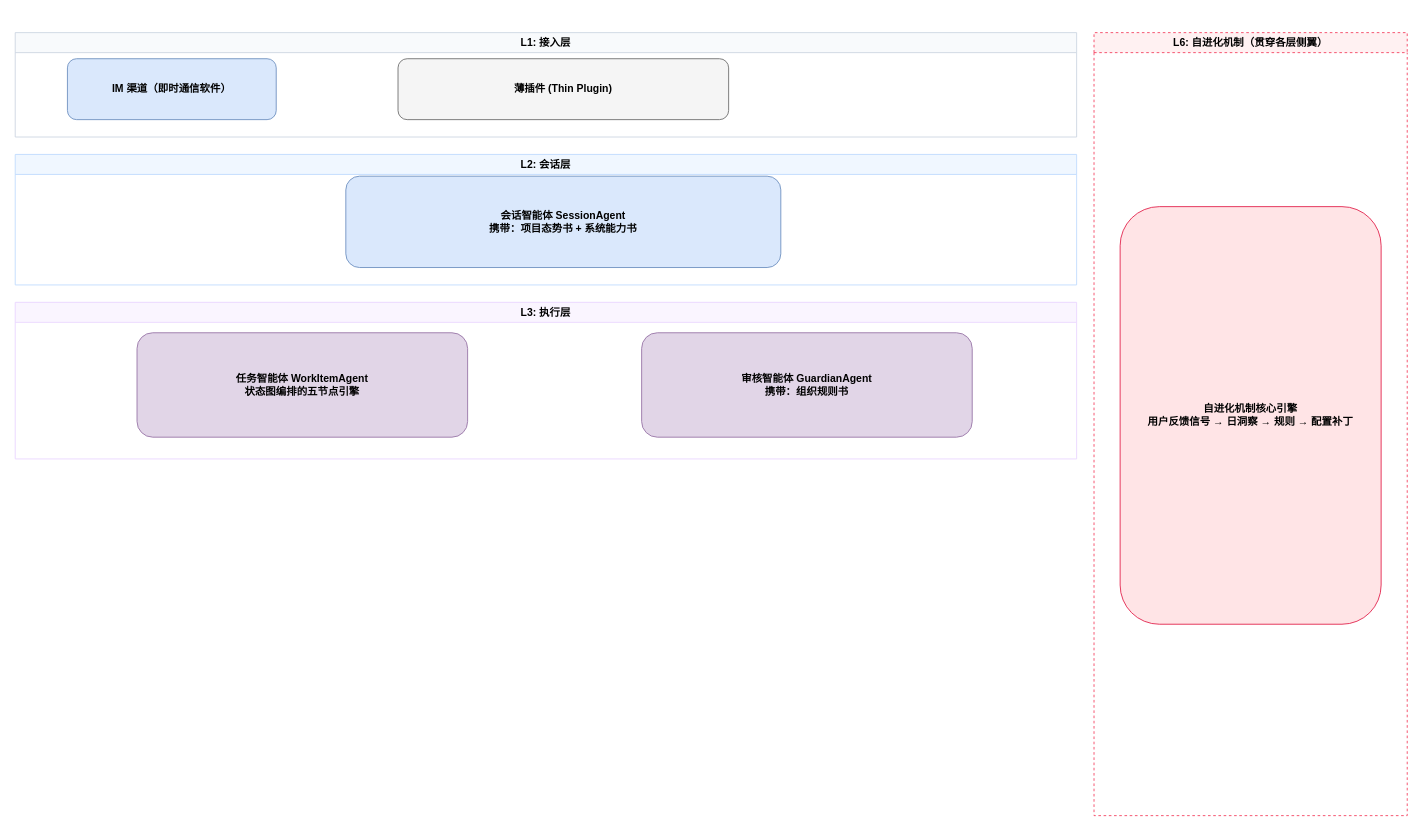
Above: docs/论文类/附图类/图 4-1 系统总体架构图.drawio in Ellyshome/Emily (draw.io), before the change. Source tidied: cells renumbered, new cells numbered last; positions are measured from the earlier drawing's top-left corner, leaving out a move shared by most shapes. Both pictures are drawn from the tidied source at 87%, with x=0, y=0 at pixel (15, 32).
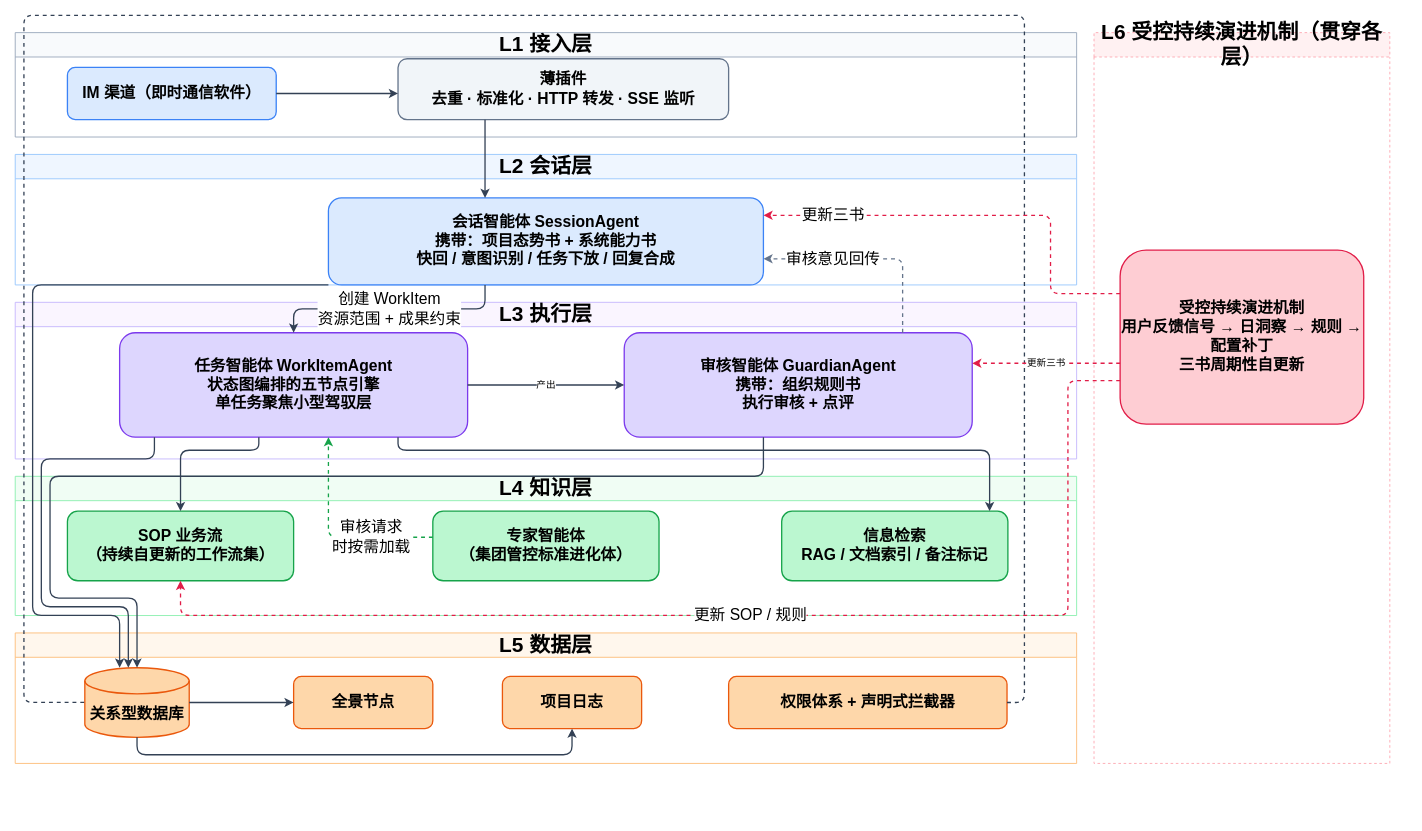
The same diagram, later.

The edit, as a diff of the source:
```diff
@@
-    <mxCell id="2" value="L1: 接入层" style="swimlane;whiteSpace=wrap;html=1;fillColor=#f8fafc;strokeColor=#cbd5e1;fontStyle=1;" parent="1" vertex="1">
+    <mxCell id="2" value="&lt;font style=&quot;font-size: 24px;&quot;&gt;L1 接入层&lt;/font&gt;" style="swimlane;whiteSpace=wrap;html=1;fillColor=#f8fafc;strokeColor=#94a3b8;fontStyle=1;startSize=28;" parent="1" vertex="1">
       <mxGeometry width="1220" height="120" as="geometry" />
     </mxCell>
-    <mxCell id="3" value="IM 渠道（即时通信软件）" style="rounded=1;whiteSpace=wrap;html=1;fillColor=#dae8fc;strokeColor=#6c8ebf;fontStyle=1;" parent="2" vertex="1">
-      <mxGeometry x="60" y="30" width="240" height="70" as="geometry" />
+    <mxCell id="3" value="&lt;font style=&quot;font-size: 18px;&quot;&gt;IM 渠道（即时通信软件）&lt;/font&gt;" style="rounded=1;whiteSpace=wrap;html=1;fillColor=#dbeafe;strokeColor=#3b82f6;fontStyle=1;strokeWidth=1.5;" parent="2" vertex="1">
+      <mxGeometry x="60" y="40" width="240" height="60" as="geometry" />
     </mxCell>
-    <mxCell id="4" value="薄插件 (Thin Plugin)" style="rounded=1;whiteSpace=wrap;html=1;fillColor=#f5f5f5;strokeColor=#6c6c6c;fontStyle=1;" parent="2" vertex="1">
+    <mxCell id="4" value="&lt;font style=&quot;font-size: 18px;&quot;&gt;薄插件&lt;br&gt;去重 · 标准化 · HTTP 转发 · SSE 监听&lt;/font&gt;" style="rounded=1;whiteSpace=wrap;html=1;fillColor=#f1f5f9;strokeColor=#64748b;fontStyle=1;strokeWidth=1.5;" parent="2" vertex="1">
       <mxGeometry x="440" y="30" width="380" height="70" as="geometry" />
     </mxCell>
-    <mxCell id="5" value="L2: 会话层" style="swimlane;whiteSpace=wrap;html=1;fillColor=#f0f7ff;strokeColor=#bfdbfe;fontStyle=1;" parent="1" vertex="1">
+    <mxCell id="5" value="&lt;font style=&quot;font-size: 24px;&quot;&gt;L2 会话层&lt;/font&gt;" style="swimlane;whiteSpace=wrap;html=1;fillColor=#eff6ff;strokeColor=#93c5fd;fontStyle=1;startSize=28;" parent="1" vertex="1">
       <mxGeometry y="140" width="1220" height="150" as="geometry" />
     </mxCell>
-    <mxCell id="6" value="会话智能体 SessionAgent&#10;携带：项目态势书 + 系统能力书" style="rounded=1;whiteSpace=wrap;html=1;fillColor=#dae8fc;strokeColor=#6c8ebf;fontStyle=1;" parent="5" vertex="1">
-      <mxGeometry x="380" y="25" width="500" height="105" as="geometry" />
+    <mxCell id="6" value="&lt;font style=&quot;font-size: 18px;&quot;&gt;会话智能体 SessionAgent&lt;br&gt;携带：项目态势书 + 系统能力书&lt;br&gt;快回 / 意图识别 / 任务下放 / 回复合成&lt;/font&gt;" style="rounded=1;whiteSpace=wrap;html=1;fillColor=#dbeafe;strokeColor=#3b82f6;fontStyle=1;strokeWidth=1.5;" parent="5" vertex="1">
+      <mxGeometry x="360" y="50" width="500" height="100" as="geometry" />
     </mxCell>
-    <mxCell id="7" value="L3: 执行层" style="swimlane;whiteSpace=wrap;html=1;fillColor=#faf5ff;strokeColor=#e9d5ff;fontStyle=1;" parent="1" vertex="1">
+    <mxCell id="7" value="&lt;font style=&quot;font-size: 24px;&quot;&gt;L3 执行层&lt;/font&gt;" style="swimlane;whiteSpace=wrap;html=1;fillColor=#faf5ff;strokeColor=#c4b5fd;fontStyle=1;startSize=28;" parent="1" vertex="1">
       <mxGeometry y="310" width="1220" height="180" as="geometry" />
     </mxCell>
-    <mxCell id="8" value="任务智能体 WorkItemAgent&#10;状态图编排的五节点引擎" style="rounded=1;whiteSpace=wrap;html=1;fillColor=#e1d5e7;strokeColor=#9673a6;fontStyle=1;" parent="7" vertex="1">
-      <mxGeometry x="140" y="35" width="380" height="120" as="geometry" />
+    <mxCell id="8" value="&lt;font style=&quot;font-size: 18px;&quot;&gt;任务智能体 WorkItemAgent&lt;br&gt;状态图编排的五节点引擎&lt;br&gt;单任务聚焦小型驾驭层&lt;/font&gt;" style="rounded=1;whiteSpace=wrap;html=1;fillColor=#ddd6fe;strokeColor=#7c3aed;fontStyle=1;strokeWidth=1.5;" parent="7" vertex="1">
+      <mxGeometry x="120" y="35" width="400" height="120" as="geometry" />
     </mxCell>
-    <mxCell id="9" value="审核智能体 GuardianAgent&#10;携带：组织规则书" style="rounded=1;whiteSpace=wrap;html=1;fillColor=#e1d5e7;strokeColor=#9673a6;fontStyle=1;" parent="7" vertex="1">
-      <mxGeometry x="720" y="35" width="380" height="120" as="geometry" />
+    <mxCell id="9" value="&lt;font style=&quot;font-size: 18px;&quot;&gt;审核智能体 GuardianAgent&lt;br&gt;携带：组织规则书&lt;br&gt;执行审核 + 点评&lt;/font&gt;" style="rounded=1;whiteSpace=wrap;html=1;fillColor=#ddd6fe;strokeColor=#7c3aed;fontStyle=1;strokeWidth=1.5;" parent="7" vertex="1">
+      <mxGeometry x="700" y="35" width="400" height="120" as="geometry" />
     </mxCell>
+    <mxCell id="12" value="&lt;font style=&quot;font-size: 24px;&quot;&gt;L4 知识层&lt;/font&gt;" style="swimlane;whiteSpace=wrap;html=1;fillColor=#f0fdf4;strokeColor=#86efac;fontStyle=1;startSize=28;" parent="1" vertex="1">
+      <mxGeometry y="510" width="1220" height="160" as="geometry" />
+    </mxCell>
+    <mxCell id="13" value="&lt;font style=&quot;font-size: 18px;&quot;&gt;SOP 业务流&lt;br&gt;（持续自更新的工作流集）&lt;/font&gt;" style="rounded=1;whiteSpace=wrap;html=1;fillColor=#bbf7d0;strokeColor=#16a34a;fontStyle=1;strokeWidth=1.5;" parent="12" vertex="1">
+      <mxGeometry x="60" y="40" width="260" height="80" as="geometry" />
+    </mxCell>
+    <mxCell id="14" value="&lt;font style=&quot;font-size: 18px;&quot;&gt;专家智能体&lt;br&gt;（集团管控标准进化体）&lt;/font&gt;" style="rounded=1;whiteSpace=wrap;html=1;fillColor=#bbf7d0;strokeColor=#16a34a;fontStyle=1;strokeWidth=1.5;" parent="12" vertex="1">
+      <mxGeometry x="480" y="40" width="260" height="80" as="geometry" />
+    </mxCell>
+    <mxCell id="15" value="&lt;font style=&quot;font-size: 18px;&quot;&gt;信息检索&lt;br&gt;RAG / 文档索引 / 备注标记&lt;/font&gt;" style="rounded=1;whiteSpace=wrap;html=1;fillColor=#bbf7d0;strokeColor=#16a34a;fontStyle=1;strokeWidth=1.5;" parent="12" vertex="1">
+      <mxGeometry x="881" y="40" width="260" height="80" as="geometry" />
+    </mxCell>
+    <mxCell id="16" value="&lt;font style=&quot;font-size: 24px;&quot;&gt;L5 数据层&lt;/font&gt;" style="swimlane;whiteSpace=wrap;html=1;fillColor=#fff7ed;strokeColor=#fdba74;fontStyle=1;startSize=28;" parent="1" vertex="1">
+      <mxGeometry y="690" width="1220" height="150" as="geometry" />
+    </mxCell>
+    <mxCell id="17" value="&lt;font style=&quot;font-size: 18px;&quot;&gt;关系型数据库&lt;/font&gt;" style="shape=cylinder3;whiteSpace=wrap;html=1;boundedLbl=1;backgroundOutline=1;size=15;fillColor=#fed7aa;strokeColor=#ea580c;fontStyle=1;strokeWidth=1.5;" parent="16" vertex="1">
+      <mxGeometry x="80" y="40" width="120" height="80" as="geometry" />
+    </mxCell>
+    <mxCell id="18" value="&lt;font style=&quot;font-size: 18px;&quot;&gt;全景节点&lt;/font&gt;" style="rounded=1;whiteSpace=wrap;html=1;fillColor=#fed7aa;strokeColor=#ea580c;fontStyle=1;strokeWidth=1.5;" parent="16" vertex="1">
+      <mxGeometry x="320" y="50" width="160" height="60" as="geometry" />
+    </mxCell>
+    <mxCell id="19" value="&lt;font style=&quot;font-size: 18px;&quot;&gt;项目日志&lt;/font&gt;" style="rounded=1;whiteSpace=wrap;html=1;fillColor=#fed7aa;strokeColor=#ea580c;fontStyle=1;strokeWidth=1.5;" parent="16" vertex="1">
+      <mxGeometry x="560" y="50" width="160" height="60" as="geometry" />
+    </mxCell>
+    <mxCell id="20" value="&lt;font style=&quot;font-size: 18px;&quot;&gt;权限体系 + 声明式拦截器&lt;/font&gt;" style="rounded=1;whiteSpace=wrap;html=1;fillColor=#fed7aa;strokeColor=#ea580c;fontStyle=1;strokeWidth=1.5;" parent="16" vertex="1">
+      <mxGeometry x="820" y="50" width="320" height="60" as="geometry" />
+    </mxCell>
-    <mxCell id="10" value="L6: 自进化机制（贯穿各层侧翼）" style="swimlane;whiteSpace=wrap;html=1;fillColor=#fff1f2;strokeColor=#f43f5e;fontStyle=1;dashed=1;" parent="1" vertex="1">
-      <mxGeometry x="1240" width="360" height="900" as="geometry" />
+    <mxCell id="10" value="&lt;font style=&quot;font-size: 24px;&quot;&gt;L6 受控持续演进机制（贯穿各层）&lt;/font&gt;" style="swimlane;whiteSpace=wrap;html=1;fillColor=#fff1f2;strokeColor=#fda4af;dashed=1;fontStyle=1;startSize=28;" parent="1" vertex="1">
+      <mxGeometry x="1240" width="340" height="840" as="geometry" />
     </mxCell>
-    <mxCell id="11" value="自进化机制核心引擎&#10;用户反馈信号 → 日洞察 → 规则 → 配置补丁" style="rounded=1;whiteSpace=wrap;html=1;fillColor=#ffe4e6;strokeColor=#e11d48;fontStyle=1;" parent="10" vertex="1">
-      <mxGeometry x="30" y="200" width="300" height="480" as="geometry" />
+    <mxCell id="11" value="&lt;font style=&quot;font-size: 18px;&quot;&gt;受控持续演进机制&lt;br&gt;用户反馈信号 → 日洞察 → 规则 → 配置补丁&lt;br&gt;三书周期性自更新&lt;/font&gt;" style="rounded=1;whiteSpace=wrap;html=1;fillColor=#fecdd3;strokeColor=#e11d48;fontStyle=1;strokeWidth=1.5;" parent="10" vertex="1">
+      <mxGeometry x="30" y="250" width="280" height="200" as="geometry" />
     </mxCell>
+    <mxCell id="21" style="edgeStyle=orthogonalEdgeStyle;rounded=1;jettySize=auto;html=1;strokeColor=#334155;strokeWidth=1.5;" parent="1" edge="1" source="3" target="4">
+      <mxGeometry relative="1" as="geometry">
+        <Array as="points">
+          <mxPoint x="410" y="70" />
+          <mxPoint x="410" y="70" />
+        </Array>
+      </mxGeometry>
+    </mxCell>
+    <mxCell id="22" style="edgeStyle=orthogonalEdgeStyle;rounded=1;jettySize=auto;html=1;strokeColor=#334155;strokeWidth=1.5;" parent="1" edge="1" source="4" target="6">
+      <mxGeometry relative="1" as="geometry">
+        <Array as="points">
+          <mxPoint x="540" y="130" />
+          <mxPoint x="540" y="130" />
+        </Array>
+      </mxGeometry>
+    </mxCell>
+    <mxCell id="23" value="&lt;font style=&quot;font-size: 18px;&quot;&gt;创建 WorkItem&lt;br&gt;资源范围 + 成果约束&lt;/font&gt;" style="edgeStyle=orthogonalEdgeStyle;rounded=1;jettySize=auto;html=1;strokeColor=#334155;strokeWidth=1.5;labelBackgroundColor=#ffffff;fontSize=11;" parent="1" edge="1" source="6" target="8">
+      <mxGeometry relative="1" as="geometry">
+        <Array as="points">
+          <mxPoint x="540" y="317.5" />
+          <mxPoint x="320" y="317.5" />
+        </Array>
+      </mxGeometry>
+    </mxCell>
+    <mxCell id="24" value="产出" style="edgeStyle=orthogonalEdgeStyle;rounded=1;jettySize=auto;html=1;strokeColor=#334155;strokeWidth=1.5;labelBackgroundColor=#ffffff;fontSize=11;" parent="1" edge="1" source="8" target="9">
+      <mxGeometry relative="1" as="geometry" />
+    </mxCell>
+    <mxCell id="25" value="&lt;font style=&quot;font-size: 18px;&quot;&gt;审核意见回传&lt;/font&gt;" style="edgeStyle=orthogonalEdgeStyle;rounded=1;jettySize=auto;html=1;strokeColor=#64748b;strokeWidth=1.5;dashed=1;labelBackgroundColor=#ffffff;fontSize=11;" parent="1" edge="1" source="9" target="6">
+      <mxGeometry x="0.35" relative="1" as="geometry">
+        <Array as="points">
+          <mxPoint x="1020" y="260" />
+        </Array>
+      </mxGeometry>
+    </mxCell>
+    <mxCell id="26" style="edgeStyle=orthogonalEdgeStyle;rounded=1;jettySize=auto;html=1;strokeColor=#334155;strokeWidth=1.5;" parent="1" edge="1" source="8" target="13">
+      <mxGeometry relative="1" as="geometry">
+        <Array as="points">
+          <mxPoint x="280" y="480" />
+          <mxPoint x="190" y="480" />
+        </Array>
+      </mxGeometry>
+    </mxCell>
+    <mxCell id="27" style="edgeStyle=orthogonalEdgeStyle;rounded=1;jettySize=auto;html=1;strokeColor=#334155;strokeWidth=1.5;" parent="1" edge="1" source="8" target="15">
+      <mxGeometry relative="1" as="geometry">
+        <Array as="points">
+          <mxPoint x="440" y="480" />
+          <mxPoint x="1120" y="480" />
+        </Array>
+      </mxGeometry>
+    </mxCell>
+    <mxCell id="28" value="&lt;font style=&quot;font-size: 18px;&quot;&gt;审核请求&lt;/font&gt;&lt;div&gt;&lt;font style=&quot;font-size: 18px;&quot;&gt;时按需加载&lt;/font&gt;&lt;/div&gt;" style="edgeStyle=orthogonalEdgeStyle;rounded=1;jettySize=auto;html=1;strokeColor=#16a34a;strokeWidth=1.5;dashed=1;labelBackgroundColor=#ffffff;fontSize=11;" parent="1" edge="1" source="14" target="8">
+      <mxGeometry x="-0.4" relative="1" as="geometry">
+        <Array as="points">
+          <mxPoint x="360" y="580" />
+        </Array>
+      </mxGeometry>
+    </mxCell>
+    <mxCell id="29" style="edgeStyle=orthogonalEdgeStyle;rounded=1;jettySize=auto;html=1;strokeColor=#334155;strokeWidth=1.5;" parent="1" edge="1" source="6" target="17">
+      <mxGeometry relative="1" as="geometry">
+        <Array as="points">
+          <mxPoint x="360" y="289.9" />
+          <mxPoint x="20" y="289.9" />
+          <mxPoint x="20" y="669.9" />
+          <mxPoint x="120" y="669.9" />
+        </Array>
+      </mxGeometry>
+    </mxCell>
+    <mxCell id="30" style="edgeStyle=orthogonalEdgeStyle;rounded=1;jettySize=auto;html=1;strokeColor=#334155;strokeWidth=1.5;" parent="1" edge="1" source="8" target="17">
+      <mxGeometry relative="1" as="geometry">
+        <Array as="points">
+          <mxPoint x="160" y="489.9" />
+          <mxPoint x="30" y="489.9" />
+          <mxPoint x="30" y="659.9" />
+          <mxPoint x="130" y="659.9" />
+        </Array>
+      </mxGeometry>
+    </mxCell>
+    <mxCell id="31" style="edgeStyle=orthogonalEdgeStyle;rounded=1;jettySize=auto;html=1;strokeColor=#334155;strokeWidth=1.5;" parent="1" edge="1" source="9" target="17">
+      <mxGeometry relative="1" as="geometry">
+        <Array as="points">
+          <mxPoint x="860" y="509.9" />
+          <mxPoint x="40" y="509.9" />
+          <mxPoint x="40" y="649.9" />
+          <mxPoint x="140" y="649.9" />
+        </Array>
+      </mxGeometry>
+    </mxCell>
+    <mxCell id="32" style="edgeStyle=orthogonalEdgeStyle;rounded=1;jettySize=auto;html=1;strokeColor=#334155;strokeWidth=1.5;" parent="1" edge="1" source="17" target="18">
+      <mxGeometry relative="1" as="geometry" />
+    </mxCell>
+    <mxCell id="33" style="edgeStyle=orthogonalEdgeStyle;rounded=1;jettySize=auto;html=1;strokeColor=#334155;strokeWidth=1.5;" parent="1" edge="1" source="17" target="19">
+      <mxGeometry relative="1" as="geometry">
+        <Array as="points">
+          <mxPoint x="140" y="830" />
+          <mxPoint x="640" y="830" />
+        </Array>
+      </mxGeometry>
+    </mxCell>
+    <mxCell id="34" style="edgeStyle=orthogonalEdgeStyle;rounded=1;jettySize=auto;html=1;strokeColor=#334155;strokeWidth=1.5;dashed=1;endArrow=none;" parent="1" edge="1" source="20" target="17">
+      <mxGeometry relative="1" as="geometry">
+        <Array as="points">
+          <mxPoint x="1160" y="769.9" />
+          <mxPoint x="1160" y="-19.9" />
+          <mxPoint x="10" y="-19.9" />
+          <mxPoint x="10" y="769.9" />
+        </Array>
+      </mxGeometry>
+    </mxCell>
+    <mxCell id="35" value="&lt;font style=&quot;font-size: 18px;&quot;&gt;更新 SOP / 规则&lt;/font&gt;" style="edgeStyle=orthogonalEdgeStyle;rounded=1;jettySize=auto;html=1;strokeColor=#e11d48;strokeWidth=1.5;dashed=1;labelBackgroundColor=#ffffff;fontSize=11;" parent="1" edge="1" source="11" target="13">
+      <mxGeometry relative="1" as="geometry">
+        <Array as="points">
+          <mxPoint x="1210" y="400" />
+          <mxPoint x="1210" y="669.9" />
+          <mxPoint x="190" y="669.9" />
+        </Array>
+      </mxGeometry>
+    </mxCell>
+    <mxCell id="36" value="&lt;font style=&quot;font-size: 18px;&quot;&gt;更新三书&lt;/font&gt;" style="edgeStyle=orthogonalEdgeStyle;rounded=1;jettySize=auto;html=1;strokeColor=#e11d48;strokeWidth=1.5;dashed=1;labelBackgroundColor=#ffffff;fontSize=11;" parent="1" edge="1" source="11" target="6">
+      <mxGeometry x="0.68" relative="1" as="geometry">
+        <Array as="points">
+          <mxPoint x="1190" y="300" />
+          <mxPoint x="1190" y="210" />
+        </Array>
+      </mxGeometry>
+    </mxCell>
+    <mxCell id="37" value="更新三书" style="edgeStyle=orthogonalEdgeStyle;rounded=1;jettySize=auto;html=1;strokeColor=#e11d48;strokeWidth=1.5;dashed=1;labelBackgroundColor=#ffffff;fontSize=11;" parent="1" edge="1" source="11" target="9">
+      <mxGeometry relative="1" as="geometry">
+        <Array as="points">
+          <mxPoint x="1260" y="380" />
+          <mxPoint x="1260" y="380" />
+        </Array>
+      </mxGeometry>
+    </mxCell>
```
